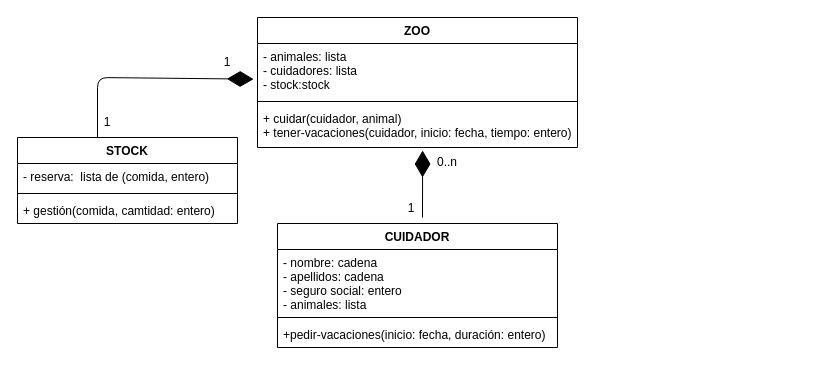
Above: EJ6/ejercicio6.drawio in Trabajo-gruupal-empresa/Mediante-UML (draw.io), before the change. Source tidied: cells renumbered, new cells numbered last; positions are measured from the earlier drawing's top-left corner, leaving out a move shared by most shapes. Both pictures are drawn from the tidied source at 100%, with x=0, y=0 at pixel (17, 17).
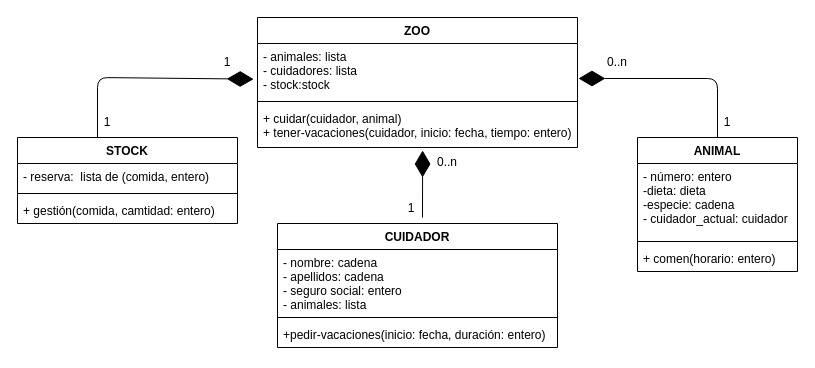
The same page after the edit.

Commit message:
clase animal

The change refers to these unchanged cells:
```xml
<mxCell id="3" value="- animales: lista&#10;- cuidadores: lista&#10;- stock:stock" style="text;strokeColor=none;fillColor=none;align=left;verticalAlign=top;spacingLeft=4;spacingRight=4;overflow=hidden;points=[[0,0.5],[1,0.5]];portConstraint=eastwest;" parent="2" vertex="1">
  <mxGeometry y="26" width="320" height="54" as="geometry" />
</mxCell>
```

Diff of the diagram source:
```diff
@@
+    <mxCell id="20" value="ANIMAL" style="swimlane;fontStyle=1;align=center;verticalAlign=top;horizontal=1;startSize=26;" parent="1" vertex="1">
+      <mxGeometry x="620" y="120" width="160" height="134" as="geometry" />
+    </mxCell>
+    <mxCell id="21" value="- número: entero&#10;-dieta: dieta&#10;-especie: cadena&#10;- cuidador_actual: cuidador" style="text;strokeColor=none;fillColor=none;align=left;verticalAlign=top;spacingLeft=4;spacingRight=4;overflow=hidden;" parent="20" vertex="1">
+      <mxGeometry y="26" width="160" height="74" as="geometry" />
+    </mxCell>
+    <mxCell id="22" style="line;strokeWidth=1;fillColor=none;align=left;verticalAlign=middle;spacingTop=-1;spacingLeft=3;spacingRight=3;labelPosition=right;strokeColor=inherit;" parent="20" vertex="1">
+      <mxGeometry y="100" width="160" height="8" as="geometry" />
+    </mxCell>
+    <mxCell id="23" value="+ comen(horario: entero)" style="text;strokeColor=none;fillColor=none;align=left;verticalAlign=top;spacingLeft=4;spacingRight=4;overflow=hidden;" parent="20" vertex="1">
+      <mxGeometry y="108" width="160" height="26" as="geometry" />
+    </mxCell>
+    <mxCell id="24" style="endArrow=diamondThin;endFill=1;endSize=24;html=1;entryX=1.003;entryY=0.648;entryDx=0;entryDy=0;entryPerimeter=0;exitX=0.5;exitY=0;exitDx=0;exitDy=0;" parent="1" edge="1" source="20" target="3">
+      <mxGeometry relative="1" as="geometry">
+        <Array as="points">
+          <mxPoint x="700" y="61" />
+        </Array>
+      </mxGeometry>
+    </mxCell>
+    <mxCell id="25" value="1" style="text;strokeColor=none;align=center;fillColor=none;html=1;verticalAlign=middle;whiteSpace=wrap;rounded=0;" parent="1" vertex="1">
+      <mxGeometry x="680" y="90" width="60" height="30" as="geometry" />
+    </mxCell>
+    <mxCell id="26" value="0..n" style="text;strokeColor=none;align=center;fillColor=none;html=1;verticalAlign=middle;whiteSpace=wrap;rounded=0;" parent="1" vertex="1">
+      <mxGeometry x="570" y="30" width="60" height="30" as="geometry" />
+    </mxCell>
```
